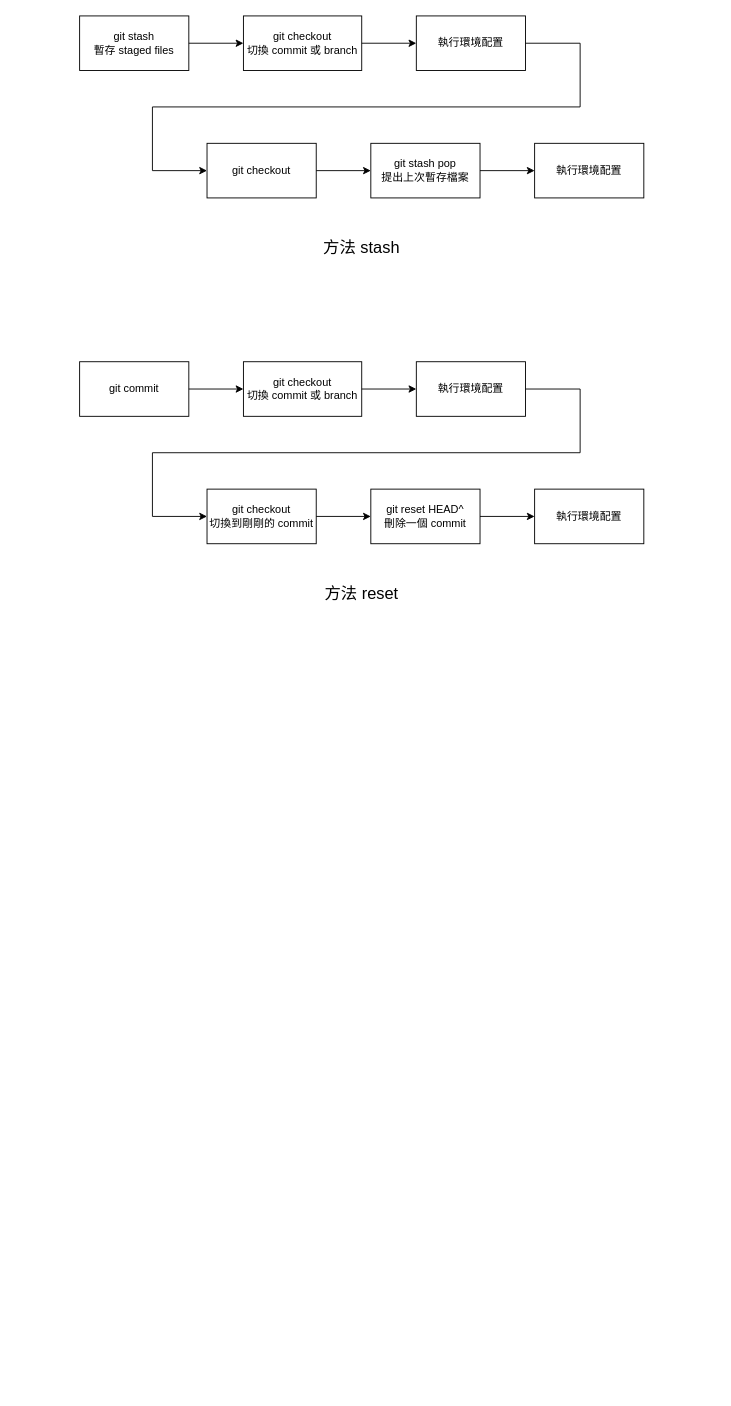
Staler2019/Git_Document keeps this draw.io diagram as 2. 穩定版本與開發版本切換.drawio. Above is the earlier version. Source tidied: cells renumbered, new cells numbered last; positions are measured from the earlier drawing's top-left corner, leaving out a move shared by most shapes. Both pictures are drawn from the tidied source at 91%, with x=0, y=0 at pixel (79, 15).
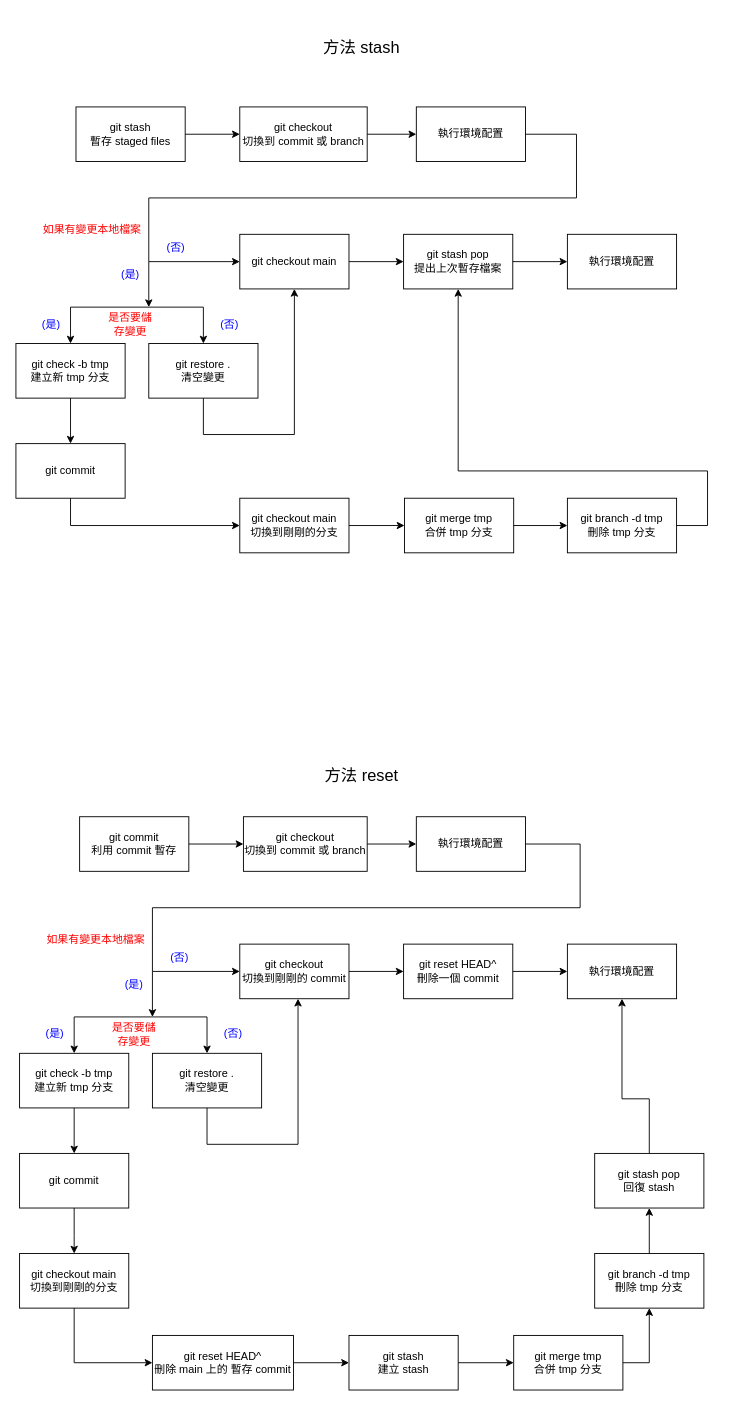
The same diagram, later.

Commit message:
更新 2. 穩定版本與開發版本切換 流程圖

The edit, as a diff of the source:
```diff
@@
     <mxCell id="2" value="git stash&lt;div&gt;暫存 staged files&lt;/div&gt;" style="rounded=0;whiteSpace=wrap;html=1;" parent="1" vertex="1">
-      <mxGeometry width="120" height="60" as="geometry" />
+      <mxGeometry x="-4" y="100" width="120" height="60" as="geometry" />
     </mxCell>
-    <mxCell id="3" value="git checkout&lt;div&gt;切換 commit 或 branch&lt;/div&gt;" style="rounded=0;whiteSpace=wrap;html=1;" parent="1" vertex="1">
-      <mxGeometry x="180" width="130" height="60" as="geometry" />
+    <mxCell id="3" value="git checkout&lt;div&gt;切換到 commit 或 branch&lt;/div&gt;" style="rounded=0;whiteSpace=wrap;html=1;" parent="1" vertex="1">
+      <mxGeometry x="176" y="100" width="140" height="60" as="geometry" />
     </mxCell>
     <mxCell id="4" value="執行環境配置" style="rounded=0;whiteSpace=wrap;html=1;" parent="1" vertex="1">
-      <mxGeometry x="370" width="120" height="60" as="geometry" />
+      <mxGeometry x="370" y="100" width="120" height="60" as="geometry" />
     </mxCell>
@@
     <mxCell id="7" style="endArrow=classic;html=1;rounded=0;exitX=1;exitY=0.5;exitDx=0;exitDy=0;entryX=0;entryY=0.5;entryDx=0;entryDy=0;" parent="1" edge="1" source="4" target="8">
       <mxGeometry relative="1" as="geometry">
         <Array as="points">
-          <mxPoint x="550" y="30" />
-          <mxPoint x="550" y="100" />
-          <mxPoint x="80" y="100" />
-          <mxPoint x="80" y="170" />
+          <mxPoint x="546" y="130" />
+          <mxPoint x="546" y="200" />
+          <mxPoint x="76" y="200" />
+          <mxPoint x="76" y="270" />
         </Array>
       </mxGeometry>
     </mxCell>
-    <mxCell id="8" value="git checkout" style="rounded=0;whiteSpace=wrap;html=1;" parent="1" vertex="1">
-      <mxGeometry x="140" y="140" width="120" height="60" as="geometry" />
+    <mxCell id="8" value="git checkout main" style="rounded=0;whiteSpace=wrap;html=1;" parent="1" vertex="1">
+      <mxGeometry x="176" y="240" width="120" height="60" as="geometry" />
     </mxCell>
     <mxCell id="9" value="git stash pop&lt;div&gt;提出上次暫存檔案&lt;/div&gt;" style="rounded=0;whiteSpace=wrap;html=1;" parent="1" vertex="1">
-      <mxGeometry x="320" y="140" width="120" height="60" as="geometry" />
+      <mxGeometry x="356" y="240" width="120" height="60" as="geometry" />
     </mxCell>
@@
     <mxCell id="11" value="執行環境配置" style="rounded=0;whiteSpace=wrap;html=1;" parent="1" vertex="1">
-      <mxGeometry x="500" y="140" width="120" height="60" as="geometry" />
+      <mxGeometry x="536" y="240" width="120" height="60" as="geometry" />
     </mxCell>
@@
-    <mxCell id="13" value="git commit" style="rounded=0;whiteSpace=wrap;html=1;" parent="1" vertex="1">
-      <mxGeometry y="380" width="120" height="60" as="geometry" />
+    <mxCell id="13" value="git commit&lt;div&gt;利用 commit 暫存&lt;/div&gt;" style="rounded=0;whiteSpace=wrap;html=1;" parent="1" vertex="1">
+      <mxGeometry y="880" width="120" height="60" as="geometry" />
     </mxCell>
-    <mxCell id="14" value="git checkout&lt;div&gt;切換 commit 或 branch&lt;/div&gt;" style="rounded=0;whiteSpace=wrap;html=1;" parent="1" vertex="1">
-      <mxGeometry x="180" y="380" width="130" height="60" as="geometry" />
+    <mxCell id="14" value="git checkout&lt;div&gt;切換到 commit 或 branch&lt;/div&gt;" style="rounded=0;whiteSpace=wrap;html=1;" parent="1" vertex="1">
+      <mxGeometry x="180" y="880" width="136" height="60" as="geometry" />
     </mxCell>
     <mxCell id="15" value="執行環境配置" style="rounded=0;whiteSpace=wrap;html=1;" parent="1" vertex="1">
-      <mxGeometry x="370" y="380" width="120" height="60" as="geometry" />
+      <mxGeometry x="370" y="880" width="120" height="60" as="geometry" />
     </mxCell>
@@
     <mxCell id="18" style="endArrow=classic;html=1;rounded=0;exitX=1;exitY=0.5;exitDx=0;exitDy=0;entryX=0;entryY=0.5;entryDx=0;entryDy=0;" parent="1" edge="1" source="15" target="19">
       <mxGeometry relative="1" as="geometry">
         <Array as="points">
-          <mxPoint x="550" y="410" />
-          <mxPoint x="550" y="480" />
-          <mxPoint x="80" y="480" />
-          <mxPoint x="80" y="550" />
+          <mxPoint x="550" y="910" />
+          <mxPoint x="550" y="980" />
+          <mxPoint x="80" y="980" />
+          <mxPoint x="80" y="1050" />
         </Array>
       </mxGeometry>
     </mxCell>
     <mxCell id="19" value="git checkout&lt;div&gt;切換到剛剛的 commit&lt;/div&gt;" style="rounded=0;whiteSpace=wrap;html=1;" parent="1" vertex="1">
-      <mxGeometry x="140" y="520" width="120" height="60" as="geometry" />
+      <mxGeometry x="176" y="1020" width="120" height="60" as="geometry" />
     </mxCell>
     <mxCell id="20" value="git reset HEAD^&lt;div&gt;刪除一個 commit&lt;/div&gt;" style="rounded=0;whiteSpace=wrap;html=1;" parent="1" vertex="1">
-      <mxGeometry x="320" y="520" width="120" height="60" as="geometry" />
+      <mxGeometry x="356" y="1020" width="120" height="60" as="geometry" />
     </mxCell>
@@
     <mxCell id="22" value="執行環境配置" style="rounded=0;whiteSpace=wrap;html=1;" parent="1" vertex="1">
-      <mxGeometry x="500" y="520" width="120" height="60" as="geometry" />
+      <mxGeometry x="536" y="1020" width="120" height="60" as="geometry" />
     </mxCell>
@@
-    <mxCell id="24" value="&lt;font style=&quot;font-size: 18px;&quot;&gt;方法 stash&lt;/font&gt;" style="text;html=1;align=center;verticalAlign=middle;whiteSpace=wrap;rounded=0;" parent="1" vertex="1">
-      <mxGeometry x="257" y="230" width="106" height="50" as="geometry" />
+    <mxCell id="24" value="&lt;font style=&quot;font-size: 18px;&quot;&gt;方法 stash&lt;/font&gt;" style="text;html=1;align=center;verticalAlign=middle;whiteSpace=wrap;rounded=0;strokeColor=none;fillColor=none;" parent="1" vertex="1">
+      <mxGeometry x="257" y="10" width="106" height="50" as="geometry" />
     </mxCell>
     <mxCell id="25" value="&lt;font style=&quot;font-size: 18px;&quot;&gt;方法 reset&lt;/font&gt;" style="text;html=1;align=center;verticalAlign=middle;whiteSpace=wrap;rounded=0;" parent="1" vertex="1">
-      <mxGeometry x="257" y="610" width="106" height="50" as="geometry" />
+      <mxGeometry x="257" y="810" width="106" height="50" as="geometry" />
     </mxCell>
+    <mxCell id="26" style="endArrow=classic;html=1;rounded=0;entryX=0.5;entryY=0;entryDx=0;entryDy=0;" parent="1" edge="1">
+      <mxGeometry relative="1" as="geometry">
+        <mxPoint x="76" y="270" as="sourcePoint" />
+        <mxPoint x="76" y="320" as="targetPoint" />
+      </mxGeometry>
+    </mxCell>
+    <mxCell id="27" value="&lt;font color=&quot;#ff0000&quot;&gt;如果有變更本地檔案&lt;/font&gt;" style="text;html=1;align=center;verticalAlign=middle;whiteSpace=wrap;rounded=0;" parent="1" vertex="1">
+      <mxGeometry x="-48" y="220" width="124" height="30" as="geometry" />
+    </mxCell>
+    <mxCell id="28" value="&lt;font color=&quot;#0000ff&quot;&gt;(否)&lt;/font&gt;" style="text;html=1;align=center;verticalAlign=middle;whiteSpace=wrap;rounded=0;" parent="1" vertex="1">
+      <mxGeometry x="76" y="240" width="60" height="30" as="geometry" />
+    </mxCell>
+    <mxCell id="29" value="&lt;font color=&quot;#0000ff&quot;&gt;(是)&lt;/font&gt;" style="text;html=1;align=center;verticalAlign=middle;whiteSpace=wrap;rounded=0;" parent="1" vertex="1">
+      <mxGeometry x="26" y="270" width="60" height="30" as="geometry" />
+    </mxCell>
+    <mxCell id="30" style="endArrow=classic;startArrow=classic;html=1;rounded=0;exitX=0.5;exitY=0;exitDx=0;exitDy=0;entryX=0.5;entryY=0;entryDx=0;entryDy=0;" parent="1" edge="1" source="36" target="34">
+      <mxGeometry relative="1" as="geometry">
+        <Array as="points">
+          <mxPoint x="-10" y="320" />
+          <mxPoint x="136" y="320" />
+        </Array>
+      </mxGeometry>
+    </mxCell>
+    <mxCell id="31" value="&lt;font color=&quot;#ff0000&quot;&gt;是否要儲存變更&lt;/font&gt;" style="text;html=1;align=center;verticalAlign=middle;whiteSpace=wrap;rounded=0;" parent="1" vertex="1">
+      <mxGeometry x="26" y="324" width="60" height="30" as="geometry" />
+    </mxCell>
+    <mxCell id="32" value="&lt;font color=&quot;#0000ff&quot;&gt;(是)&lt;/font&gt;" style="text;html=1;align=center;verticalAlign=middle;whiteSpace=wrap;rounded=0;" parent="1" vertex="1">
+      <mxGeometry x="-61" y="324" width="60" height="30" as="geometry" />
+    </mxCell>
+    <mxCell id="33" value="&lt;font color=&quot;#0000ff&quot;&gt;(否)&lt;/font&gt;" style="text;html=1;align=center;verticalAlign=middle;whiteSpace=wrap;rounded=0;" parent="1" vertex="1">
+      <mxGeometry x="135" y="324" width="60" height="30" as="geometry" />
+    </mxCell>
+    <mxCell id="34" value="git restore .&lt;div&gt;清空變更&lt;br&gt;&lt;/div&gt;" style="rounded=0;whiteSpace=wrap;html=1;" parent="1" vertex="1">
+      <mxGeometry x="76" y="360" width="120" height="60" as="geometry" />
+    </mxCell>
+    <mxCell id="35" style="endArrow=classic;html=1;rounded=0;exitX=0.5;exitY=1;exitDx=0;exitDy=0;entryX=0.5;entryY=1;entryDx=0;entryDy=0;" parent="1" edge="1" source="34" target="8">
+      <mxGeometry relative="1" as="geometry">
+        <Array as="points">
+          <mxPoint x="136" y="460" />
+          <mxPoint x="236" y="460" />
+        </Array>
+      </mxGeometry>
+    </mxCell>
+    <mxCell id="36" value="git check -b tmp&lt;div&gt;建立新 tmp&amp;nbsp;&lt;span style=&quot;background-color: initial;&quot;&gt;分支&lt;/span&gt;&lt;/div&gt;" style="rounded=0;whiteSpace=wrap;html=1;" parent="1" vertex="1">
+      <mxGeometry x="-70" y="360" width="120" height="60" as="geometry" />
+    </mxCell>
+    <mxCell id="37" value="git commit" style="rounded=0;whiteSpace=wrap;html=1;" parent="1" vertex="1">
+      <mxGeometry x="-70" y="470" width="120" height="60" as="geometry" />
+    </mxCell>
+    <mxCell id="38" style="endArrow=classic;html=1;rounded=0;exitX=0.5;exitY=1;exitDx=0;exitDy=0;entryX=0.5;entryY=0;entryDx=0;entryDy=0;" parent="1" edge="1" source="36" target="37">
+      <mxGeometry relative="1" as="geometry" />
+    </mxCell>
+    <mxCell id="39" style="endArrow=classic;html=1;rounded=0;exitX=0.5;exitY=1;exitDx=0;exitDy=0;entryX=0;entryY=0.5;entryDx=0;entryDy=0;" parent="1" edge="1" source="37" target="40">
+      <mxGeometry relative="1" as="geometry">
+        <Array as="points">
+          <mxPoint x="-10" y="560" />
+        </Array>
+      </mxGeometry>
+    </mxCell>
+    <mxCell id="40" value="git checkout main&lt;div&gt;切換到剛剛的分支&lt;/div&gt;" style="rounded=0;whiteSpace=wrap;html=1;" parent="1" vertex="1">
+      <mxGeometry x="176" y="530" width="120" height="60" as="geometry" />
+    </mxCell>
+    <mxCell id="41" style="endArrow=classic;html=1;rounded=0;exitX=1;exitY=0.5;exitDx=0;exitDy=0;entryX=0;entryY=0.5;entryDx=0;entryDy=0;" parent="1" edge="1" source="40" target="42">
+      <mxGeometry relative="1" as="geometry" />
+    </mxCell>
+    <mxCell id="42" value="git merge tmp&lt;div&gt;合併 tmp 分支&lt;/div&gt;" style="rounded=0;whiteSpace=wrap;html=1;" parent="1" vertex="1">
+      <mxGeometry x="357" y="530" width="120" height="60" as="geometry" />
+    </mxCell>
+    <mxCell id="43" value="git branch -d tmp&lt;div&gt;刪除 tmp 分支&lt;/div&gt;" style="rounded=0;whiteSpace=wrap;html=1;" parent="1" vertex="1">
+      <mxGeometry x="536" y="530" width="120" height="60" as="geometry" />
+    </mxCell>
+    <mxCell id="44" style="endArrow=classic;html=1;rounded=0;exitX=1;exitY=0.5;exitDx=0;exitDy=0;entryX=0;entryY=0.5;entryDx=0;entryDy=0;" parent="1" edge="1" source="42" target="43">
+      <mxGeometry relative="1" as="geometry" />
+    </mxCell>
+    <mxCell id="45" style="endArrow=classic;html=1;rounded=0;entryX=0.5;entryY=1;entryDx=0;entryDy=0;exitX=1;exitY=0.5;exitDx=0;exitDy=0;" parent="1" edge="1" source="43" target="9">
+      <mxGeometry relative="1" as="geometry">
+        <Array as="points">
+          <mxPoint x="690" y="560" />
+          <mxPoint x="690" y="500" />
+          <mxPoint x="416" y="500" />
+        </Array>
+      </mxGeometry>
+    </mxCell>
+    <mxCell id="46" style="endArrow=classic;html=1;rounded=0;entryX=0.5;entryY=0;entryDx=0;entryDy=0;" parent="1" edge="1">
+      <mxGeometry relative="1" as="geometry">
+        <mxPoint x="80" y="1050" as="sourcePoint" />
+        <mxPoint x="80" y="1100" as="targetPoint" />
+      </mxGeometry>
+    </mxCell>
+    <mxCell id="47" value="&lt;font color=&quot;#ff0000&quot;&gt;如果有變更本地檔案&lt;/font&gt;" style="text;html=1;align=center;verticalAlign=middle;whiteSpace=wrap;rounded=0;" parent="1" vertex="1">
+      <mxGeometry x="-44" y="1000" width="124" height="30" as="geometry" />
+    </mxCell>
+    <mxCell id="48" value="&lt;font color=&quot;#0000ff&quot;&gt;(否)&lt;/font&gt;" style="text;html=1;align=center;verticalAlign=middle;whiteSpace=wrap;rounded=0;" parent="1" vertex="1">
+      <mxGeometry x="80" y="1020" width="60" height="30" as="geometry" />
+    </mxCell>
+    <mxCell id="49" value="&lt;font color=&quot;#0000ff&quot;&gt;(是)&lt;/font&gt;" style="text;html=1;align=center;verticalAlign=middle;whiteSpace=wrap;rounded=0;" parent="1" vertex="1">
+      <mxGeometry x="30" y="1050" width="60" height="30" as="geometry" />
+    </mxCell>
+    <mxCell id="50" style="endArrow=classic;startArrow=classic;html=1;rounded=0;exitX=0.5;exitY=0;exitDx=0;exitDy=0;entryX=0.5;entryY=0;entryDx=0;entryDy=0;" parent="1" edge="1" source="56" target="54">
+      <mxGeometry relative="1" as="geometry">
+        <Array as="points">
+          <mxPoint x="-6" y="1100" />
+          <mxPoint x="140" y="1100" />
+        </Array>
+      </mxGeometry>
+    </mxCell>
+    <mxCell id="51" value="&lt;font color=&quot;#ff0000&quot;&gt;是否要儲存變更&lt;/font&gt;" style="text;html=1;align=center;verticalAlign=middle;whiteSpace=wrap;rounded=0;" parent="1" vertex="1">
+      <mxGeometry x="30" y="1104" width="60" height="30" as="geometry" />
+    </mxCell>
+    <mxCell id="52" value="&lt;font color=&quot;#0000ff&quot;&gt;(是)&lt;/font&gt;" style="text;html=1;align=center;verticalAlign=middle;whiteSpace=wrap;rounded=0;" parent="1" vertex="1">
+      <mxGeometry x="-57" y="1104" width="60" height="30" as="geometry" />
+    </mxCell>
+    <mxCell id="53" value="&lt;font color=&quot;#0000ff&quot;&gt;(否)&lt;/font&gt;" style="text;html=1;align=center;verticalAlign=middle;whiteSpace=wrap;rounded=0;" parent="1" vertex="1">
+      <mxGeometry x="139" y="1104" width="60" height="30" as="geometry" />
+    </mxCell>
+    <mxCell id="54" value="git restore .&lt;div&gt;清空變更&lt;/div&gt;" style="rounded=0;whiteSpace=wrap;html=1;" parent="1" vertex="1">
+      <mxGeometry x="80" y="1140" width="120" height="60" as="geometry" />
+    </mxCell>
+    <mxCell id="55" style="endArrow=classic;html=1;rounded=0;exitX=0.5;exitY=1;exitDx=0;exitDy=0;entryX=0.5;entryY=1;entryDx=0;entryDy=0;" parent="1" edge="1" source="54">
+      <mxGeometry relative="1" as="geometry">
+        <mxPoint x="240" y="1080" as="targetPoint" />
+        <Array as="points">
+          <mxPoint x="140" y="1240" />
+          <mxPoint x="240" y="1240" />
+        </Array>
+      </mxGeometry>
+    </mxCell>
+    <mxCell id="56" value="git check -b tmp&lt;div&gt;建立新 tmp&amp;nbsp;&lt;span style=&quot;background-color: initial;&quot;&gt;分支&lt;/span&gt;&lt;/div&gt;" style="rounded=0;whiteSpace=wrap;html=1;" parent="1" vertex="1">
+      <mxGeometry x="-66" y="1140" width="120" height="60" as="geometry" />
+    </mxCell>
+    <mxCell id="57" style="endArrow=classic;html=1;rounded=0;exitX=0.5;exitY=1;exitDx=0;exitDy=0;entryX=0.5;entryY=0;entryDx=0;entryDy=0;" parent="1" edge="1" source="56" target="58">
+      <mxGeometry relative="1" as="geometry" />
+    </mxCell>
+    <mxCell id="58" value="git commit" style="rounded=0;whiteSpace=wrap;html=1;" parent="1" vertex="1">
+      <mxGeometry x="-66" y="1250" width="120" height="60" as="geometry" />
+    </mxCell>
+    <mxCell id="59" style="endArrow=classic;html=1;rounded=0;exitX=0.5;exitY=1;exitDx=0;exitDy=0;entryX=0.5;entryY=0;entryDx=0;entryDy=0;" parent="1" edge="1" source="58" target="60">
+      <mxGeometry relative="1" as="geometry">
+        <Array as="points">
+          <mxPoint x="-6" y="1340" />
+        </Array>
+      </mxGeometry>
+    </mxCell>
+    <mxCell id="60" value="git checkout main&lt;div&gt;切換到剛剛的分支&lt;/div&gt;" style="rounded=0;whiteSpace=wrap;html=1;" parent="1" vertex="1">
+      <mxGeometry x="-66" y="1360" width="120" height="60" as="geometry" />
+    </mxCell>
+    <mxCell id="61" style="endArrow=classic;html=1;rounded=0;exitX=0.5;exitY=1;exitDx=0;exitDy=0;entryX=0;entryY=0.5;entryDx=0;entryDy=0;" parent="1" edge="1" source="60" target="62">
+      <mxGeometry relative="1" as="geometry">
+        <Array as="points">
+          <mxPoint x="-6" y="1480" />
+        </Array>
+      </mxGeometry>
+    </mxCell>
+    <mxCell id="62" value="git reset HEAD^&lt;div&gt;刪除 main 上的 暫存 commit&lt;/div&gt;" style="rounded=0;whiteSpace=wrap;html=1;" parent="1" vertex="1">
+      <mxGeometry x="80" y="1450" width="155" height="60" as="geometry" />
+    </mxCell>
+    <mxCell id="63" value="git branch -d tmp&lt;div&gt;刪除 tmp 分支&lt;/div&gt;" style="rounded=0;whiteSpace=wrap;html=1;" parent="1" vertex="1">
+      <mxGeometry x="566" y="1360" width="120" height="60" as="geometry" />
+    </mxCell>
+    <mxCell id="64" value="git stash&lt;div&gt;建立 stash&lt;/div&gt;" style="rounded=0;whiteSpace=wrap;html=1;" parent="1" vertex="1">
+      <mxGeometry x="296" y="1450" width="120" height="60" as="geometry" />
+    </mxCell>
+    <mxCell id="65" style="endArrow=classic;html=1;rounded=0;exitX=1;exitY=0.5;exitDx=0;exitDy=0;entryX=0;entryY=0.5;entryDx=0;entryDy=0;" parent="1" edge="1" source="62" target="64">
+      <mxGeometry relative="1" as="geometry" />
+    </mxCell>
+    <mxCell id="66" value="git merge tmp&lt;div&gt;合併 tmp 分支&lt;/div&gt;" style="rounded=0;whiteSpace=wrap;html=1;" parent="1" vertex="1">
+      <mxGeometry x="477" y="1450" width="120" height="60" as="geometry" />
+    </mxCell>
+    <mxCell id="67" style="endArrow=classic;html=1;rounded=0;exitX=1;exitY=0.5;exitDx=0;exitDy=0;entryX=0;entryY=0.5;entryDx=0;entryDy=0;" parent="1" edge="1" source="64" target="66">
+      <mxGeometry relative="1" as="geometry" />
+    </mxCell>
+    <mxCell id="68" value="git stash pop&lt;div&gt;回復 stash&lt;/div&gt;" style="rounded=0;whiteSpace=wrap;html=1;" parent="1" vertex="1">
+      <mxGeometry x="566" y="1250" width="120" height="60" as="geometry" />
+    </mxCell>
+    <mxCell id="69" style="endArrow=classic;html=1;rounded=0;exitX=1;exitY=0.5;exitDx=0;exitDy=0;entryX=0.5;entryY=1;entryDx=0;entryDy=0;" parent="1" edge="1" source="66" target="63">
+      <mxGeometry relative="1" as="geometry">
+        <Array as="points">
+          <mxPoint x="626" y="1480" />
+        </Array>
+      </mxGeometry>
+    </mxCell>
+    <mxCell id="70" style="endArrow=classic;html=1;rounded=0;exitX=0.5;exitY=0;exitDx=0;exitDy=0;entryX=0.5;entryY=1;entryDx=0;entryDy=0;" parent="1" edge="1" source="63" target="68">
+      <mxGeometry relative="1" as="geometry" />
+    </mxCell>
+    <mxCell id="71" style="endArrow=classic;html=1;rounded=0;entryX=0.5;entryY=1;entryDx=0;entryDy=0;exitX=0.5;exitY=0;exitDx=0;exitDy=0;" parent="1" edge="1" source="68" target="22">
+      <mxGeometry relative="1" as="geometry">
+        <Array as="points">
+          <mxPoint x="626" y="1190" />
+          <mxPoint x="596" y="1190" />
+        </Array>
+      </mxGeometry>
+    </mxCell>
```
